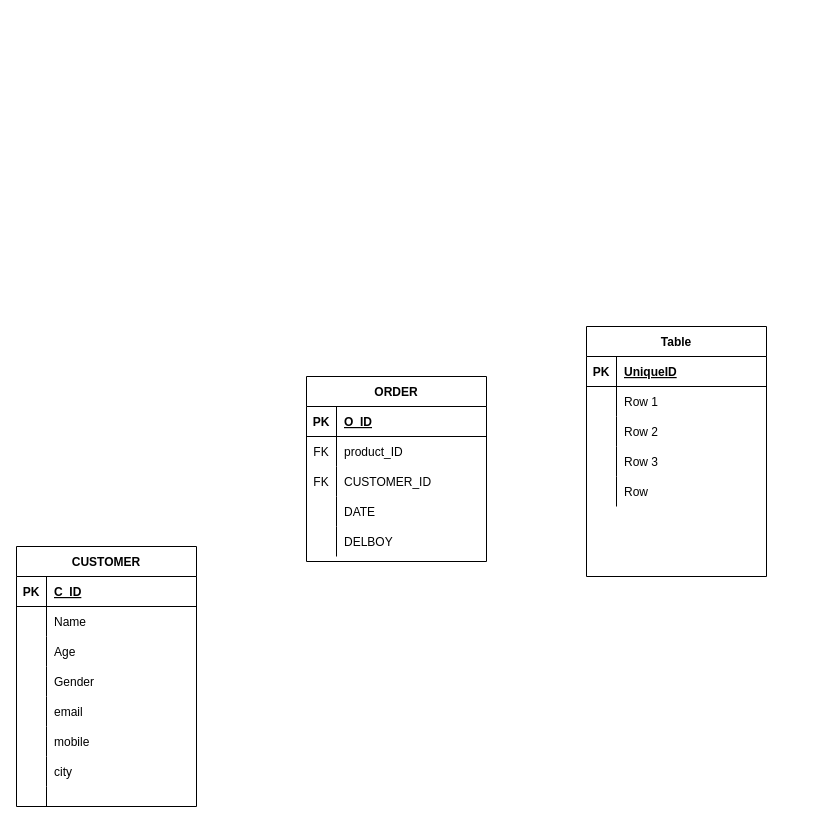
The draw.io diagram Untitled Diagram.drawio in maasir554/maasir554, before the edit. Source tidied: cells renumbered, new cells numbered last; positions are measured from the earlier drawing's top-left corner, leaving out a move shared by most shapes. Both pictures are drawn from the tidied source at 100%, with x=0, y=0 at pixel (16, 326).
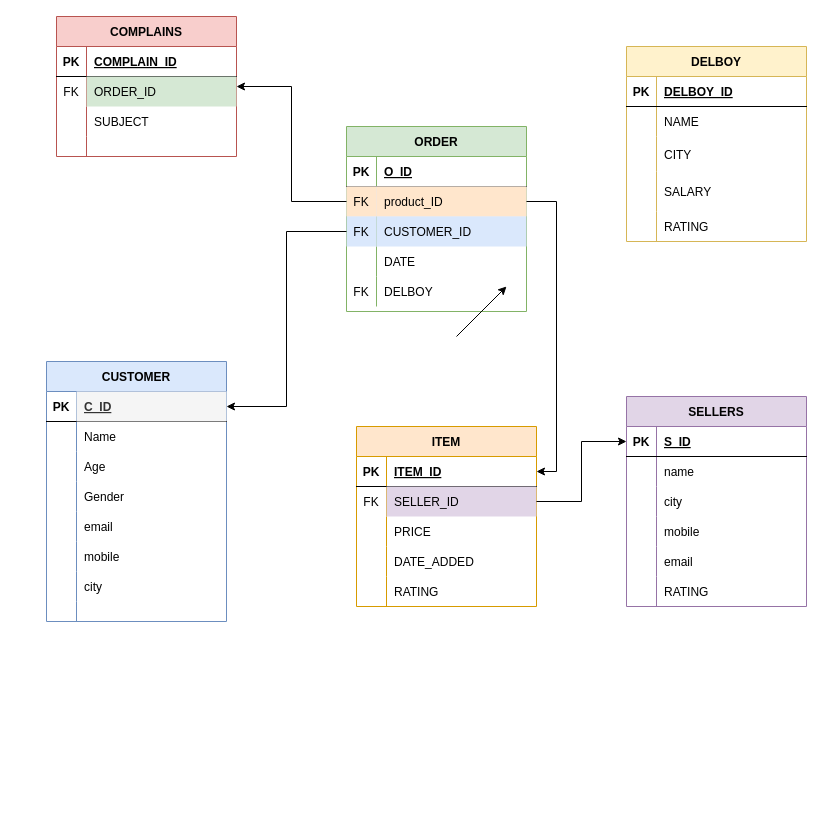
The same diagram, later.

Unchanged cells that the change refers to:
```xml
<mxCell id="3" style="shape=tableRow;horizontal=0;startSize=0;swimlaneHead=0;swimlaneBody=0;fillColor=none;points=[[0,0.5],[1,0.5]];portConstraint=eastwest;top=0;left=0;right=0;bottom=1;" parent="2" vertex="1">
  <mxGeometry y="30" width="180" height="30" as="geometry" />
</mxCell>
<mxCell id="34" style="shape=tableRow;horizontal=0;startSize=0;swimlaneHead=0;swimlaneBody=0;fillColor=none;points=[[0,0.5],[1,0.5]];portConstraint=eastwest;top=0;left=0;right=0;bottom=0;" parent="27" vertex="1">
  <mxGeometry y="90" width="180" height="30" as="geometry" />
</mxCell>
<mxCell id="40" style="shape=tableRow;horizontal=0;startSize=0;swimlaneHead=0;swimlaneBody=0;fillColor=none;top=0;left=0;right=0;bottom=0;" parent="27" vertex="1">
  <mxGeometry y="150" width="180" height="30" as="geometry" />
</mxCell>
<mxCell id="44" style="shape=tableRow;horizontal=0;startSize=0;swimlaneHead=0;swimlaneBody=0;fillColor=none;points=[[0,0.5],[1,0.5]];portConstraint=eastwest;top=0;left=0;right=0;bottom=1;" parent="43" vertex="1">
  <mxGeometry y="30" width="180" height="30" as="geometry" />
</mxCell>
<mxCell id="47" style="shape=tableRow;horizontal=0;startSize=0;swimlaneHead=0;swimlaneBody=0;fillColor=none;top=0;left=0;right=0;bottom=0;" parent="43" vertex="1">
  <mxGeometry y="60" width="180" height="30" as="geometry" />
</mxCell>
<mxCell id="50" style="shape=tableRow;horizontal=0;startSize=0;swimlaneHead=0;swimlaneBody=0;fillColor=none;top=0;left=0;right=0;bottom=0;" parent="43" vertex="1">
  <mxGeometry y="90" width="180" height="30" as="geometry" />
</mxCell>
<mxCell id="53" style="shape=tableRow;horizontal=0;startSize=0;swimlaneHead=0;swimlaneBody=0;fillColor=none;top=0;left=0;right=0;bottom=0;" parent="43" vertex="1">
  <mxGeometry y="120" width="180" height="30" as="geometry" />
</mxCell>
<mxCell id="56" style="shape=tableRow;horizontal=0;startSize=0;swimlaneHead=0;swimlaneBody=0;fillColor=none;top=0;left=0;right=0;bottom=0;" parent="43" vertex="1">
  <mxGeometry y="150" width="180" height="30" as="geometry" />
</mxCell>
```

What changed in the source:
```diff
@@
-    <mxCell id="2" value="CUSTOMER" style="shape=table;startSize=30;childLayout=tableLayout;rowLines=0;fontStyle=1;align=center;" parent="1" vertex="1">
-      <mxGeometry y="220" width="180" height="260" as="geometry" />
+    <mxCell id="2" value="CUSTOMER" style="shape=table;startSize=30;childLayout=tableLayout;rowLines=0;fontStyle=1;align=center;fillColor=#dae8fc;strokeColor=#6c8ebf;" parent="1" vertex="1">
+      <mxGeometry x="30" y="35" width="180" height="260" as="geometry" />
     </mxCell>
@@
-    <mxCell id="5" value="C_ID" style="shape=partialRectangle;fillColor=none;top=0;left=0;bottom=0;right=0;align=left;spacingLeft=6;fontStyle=5;overflow=hidden;" parent="3" vertex="1">
+    <mxCell id="5" value="C_ID" style="shape=partialRectangle;fillColor=#f5f5f5;top=0;left=0;bottom=0;right=0;align=left;spacingLeft=6;fontStyle=5;overflow=hidden;strokeColor=#666666;fontColor=#333333;" parent="3" vertex="1">
       <mxGeometry x="30" width="150" height="30" as="geometry" />
     </mxCell>
@@
-    <mxCell id="27" value="ORDER" style="shape=table;startSize=30;childLayout=tableLayout;rowLines=0;fontStyle=1;align=center;" parent="1" vertex="1">
-      <mxGeometry x="290" y="50" width="180" height="185" as="geometry" />
+    <mxCell id="27" value="ORDER" style="shape=table;startSize=30;childLayout=tableLayout;rowLines=0;fontStyle=1;align=center;fillColor=#d5e8d4;strokeColor=#82b366;" parent="1" vertex="1">
+      <mxGeometry x="330" y="-200" width="180" height="185" as="geometry" />
     </mxCell>
@@
-    <mxCell id="31" style="shape=tableRow;horizontal=0;startSize=0;swimlaneHead=0;swimlaneBody=0;fillColor=none;points=[[0,0.5],[1,0.5]];portConstraint=eastwest;top=0;left=0;right=0;bottom=0;" parent="27" vertex="1">
+    <mxCell id="31" style="shape=tableRow;horizontal=0;startSize=0;swimlaneHead=0;swimlaneBody=0;fillColor=#dae8fc;points=[[0,0.5],[1,0.5]];portConstraint=eastwest;top=0;left=0;right=0;bottom=0;strokeColor=#6c8ebf;" parent="27" vertex="1">
       <mxGeometry y="60" width="180" height="30" as="geometry" />
     </mxCell>
-    <mxCell id="32" value="FK" style="shape=partialRectangle;fillColor=none;top=0;left=0;bottom=0;right=0;overflow=hidden;" parent="31" vertex="1">
+    <mxCell id="32" value="FK" style="shape=partialRectangle;fillColor=#ffe6cc;top=0;left=0;bottom=0;right=0;overflow=hidden;strokeColor=#d79b00;" parent="31" vertex="1">
       <mxGeometry width="30" height="30" as="geometry" />
     </mxCell>
-    <mxCell id="33" value="product_ID" style="shape=partialRectangle;fillColor=none;top=0;left=0;bottom=0;right=0;align=left;spacingLeft=6;overflow=hidden;" parent="31" vertex="1">
+    <mxCell id="33" value="product_ID" style="shape=partialRectangle;fillColor=#ffe6cc;top=0;left=0;bottom=0;right=0;align=left;spacingLeft=6;overflow=hidden;strokeColor=#d79b00;" parent="31" vertex="1">
       <mxGeometry x="30" width="150" height="30" as="geometry" />
     </mxCell>
@@
-    <mxCell id="35" value="FK" style="shape=partialRectangle;fillColor=none;top=0;left=0;bottom=0;right=0;overflow=hidden;" parent="34" vertex="1">
+    <mxCell id="35" value="FK" style="shape=partialRectangle;fillColor=#dae8fc;top=0;left=0;bottom=0;right=0;overflow=hidden;strokeColor=#6c8ebf;" parent="34" vertex="1">
       <mxGeometry width="30" height="30" as="geometry" />
     </mxCell>
-    <mxCell id="36" value="CUSTOMER_ID" style="shape=partialRectangle;fillColor=none;top=0;left=0;bottom=0;right=0;align=left;spacingLeft=6;overflow=hidden;" parent="34" vertex="1">
+    <mxCell id="36" value="CUSTOMER_ID" style="shape=partialRectangle;fillColor=#dae8fc;top=0;left=0;bottom=0;right=0;align=left;spacingLeft=6;overflow=hidden;strokeColor=#6c8ebf;" parent="34" vertex="1">
       <mxGeometry x="30" width="150" height="30" as="geometry" />
     </mxCell>
@@
-    <mxCell id="41" style="shape=partialRectangle;fillColor=none;top=0;left=0;bottom=0;right=0;overflow=hidden;" parent="40" vertex="1">
+    <mxCell id="41" value="FK" style="shape=partialRectangle;fillColor=none;top=0;left=0;bottom=0;right=0;overflow=hidden;" parent="40" vertex="1">
       <mxGeometry width="30" height="30" as="geometry" />
     </mxCell>
@@
-    <mxCell id="43" value="Table" style="shape=table;startSize=30;childLayout=tableLayout;rowLines=0;fontStyle=1;align=center;" parent="1" vertex="1">
-      <mxGeometry x="570" width="180" height="250" as="geometry" />
+    <mxCell id="43" value="SELLERS" style="shape=table;startSize=30;childLayout=tableLayout;rowLines=0;fontStyle=1;align=center;fillColor=#e1d5e7;strokeColor=#9673a6;" parent="1" vertex="1">
+      <mxGeometry x="610" y="70" width="180" height="210" as="geometry" />
     </mxCell>
@@
-    <mxCell id="46" value="UniqueID" style="shape=partialRectangle;fillColor=none;top=0;left=0;bottom=0;right=0;align=left;spacingLeft=6;fontStyle=5;overflow=hidden;" parent="44" vertex="1">
+    <mxCell id="46" value="S_ID" style="shape=partialRectangle;fillColor=none;top=0;left=0;bottom=0;right=0;align=left;spacingLeft=6;fontStyle=5;overflow=hidden;" parent="44" vertex="1">
       <mxGeometry x="30" width="150" height="30" as="geometry" />
     </mxCell>
@@
-    <mxCell id="49" value="Row 1" style="shape=partialRectangle;fillColor=none;top=0;left=0;bottom=0;right=0;align=left;spacingLeft=6;overflow=hidden;" parent="47" vertex="1">
+    <mxCell id="49" value="name" style="shape=partialRectangle;fillColor=none;top=0;left=0;bottom=0;right=0;align=left;spacingLeft=6;overflow=hidden;" parent="47" vertex="1">
       <mxGeometry x="30" width="150" height="30" as="geometry" />
     </mxCell>
@@
-    <mxCell id="52" value="Row 2" style="shape=partialRectangle;fillColor=none;top=0;left=0;bottom=0;right=0;align=left;spacingLeft=6;overflow=hidden;" parent="50" vertex="1">
+    <mxCell id="52" value="city" style="shape=partialRectangle;fillColor=none;top=0;left=0;bottom=0;right=0;align=left;spacingLeft=6;overflow=hidden;" parent="50" vertex="1">
       <mxGeometry x="30" width="150" height="30" as="geometry" />
     </mxCell>
@@
-    <mxCell id="55" value="Row 3" style="shape=partialRectangle;fillColor=none;top=0;left=0;bottom=0;right=0;align=left;spacingLeft=6;overflow=hidden;" parent="53" vertex="1">
+    <mxCell id="55" value="mobile" style="shape=partialRectangle;fillColor=none;top=0;left=0;bottom=0;right=0;align=left;spacingLeft=6;overflow=hidden;" parent="53" vertex="1">
       <mxGeometry x="30" width="150" height="30" as="geometry" />
     </mxCell>
@@
-    <mxCell id="58" value="Row" style="shape=partialRectangle;fillColor=none;top=0;left=0;bottom=0;right=0;align=left;spacingLeft=6;overflow=hidden;" parent="56" vertex="1">
+    <mxCell id="58" value="email" style="shape=partialRectangle;fillColor=none;top=0;left=0;bottom=0;right=0;align=left;spacingLeft=6;overflow=hidden;" parent="56" vertex="1">
       <mxGeometry x="30" width="150" height="30" as="geometry" />
     </mxCell>
+    <mxCell id="59" style="shape=tableRow;horizontal=0;startSize=0;swimlaneHead=0;swimlaneBody=0;fillColor=none;top=0;left=0;right=0;bottom=0;" parent="43" vertex="1">
+      <mxGeometry y="180" width="180" height="30" as="geometry" />
+    </mxCell>
+    <mxCell id="60" style="shape=partialRectangle;fillColor=none;top=0;left=0;bottom=0;right=0;overflow=hidden;" parent="59" vertex="1">
+      <mxGeometry width="30" height="30" as="geometry" />
+    </mxCell>
+    <mxCell id="61" value="RATING" style="shape=partialRectangle;fillColor=none;top=0;left=0;bottom=0;right=0;align=left;spacingLeft=6;overflow=hidden;" parent="59" vertex="1">
+      <mxGeometry x="30" width="150" height="30" as="geometry" />
+    </mxCell>
+    <mxCell id="62" value="ITEM" style="shape=table;startSize=30;childLayout=tableLayout;rowLines=0;fontStyle=1;align=center;fillColor=#ffe6cc;strokeColor=#d79b00;" parent="1" vertex="1">
+      <mxGeometry x="340" y="100" width="180" height="180" as="geometry" />
+    </mxCell>
+    <mxCell id="63" style="shape=tableRow;horizontal=0;startSize=0;swimlaneHead=0;swimlaneBody=0;fillColor=none;points=[[0,0.5],[1,0.5]];portConstraint=eastwest;top=0;left=0;right=0;bottom=1;" parent="62" vertex="1">
+      <mxGeometry y="30" width="180" height="30" as="geometry" />
+    </mxCell>
+    <mxCell id="64" value="PK" style="shape=partialRectangle;fillColor=none;top=0;left=0;bottom=0;right=0;fontStyle=1;overflow=hidden;" parent="63" vertex="1">
+      <mxGeometry width="30" height="30" as="geometry" />
+    </mxCell>
+    <mxCell id="65" value="ITEM_ID" style="shape=partialRectangle;fillColor=none;top=0;left=0;bottom=0;right=0;align=left;spacingLeft=6;fontStyle=5;overflow=hidden;" parent="63" vertex="1">
+      <mxGeometry x="30" width="150" height="30" as="geometry" />
+    </mxCell>
+    <mxCell id="66" style="shape=tableRow;horizontal=0;startSize=0;swimlaneHead=0;swimlaneBody=0;fillColor=none;points=[[0,0.5],[1,0.5]];portConstraint=eastwest;top=0;left=0;right=0;bottom=0;" parent="62" vertex="1">
+      <mxGeometry y="60" width="180" height="30" as="geometry" />
+    </mxCell>
+    <mxCell id="67" value="FK" style="shape=partialRectangle;fillColor=none;top=0;left=0;bottom=0;right=0;overflow=hidden;" parent="66" vertex="1">
+      <mxGeometry width="30" height="30" as="geometry" />
+    </mxCell>
+    <mxCell id="68" value="SELLER_ID" style="shape=partialRectangle;fillColor=#e1d5e7;top=0;left=0;bottom=0;right=0;align=left;spacingLeft=6;overflow=hidden;strokeColor=#9673a6;" parent="66" vertex="1">
+      <mxGeometry x="30" width="150" height="30" as="geometry" />
+    </mxCell>
+    <mxCell id="69" style="shape=tableRow;horizontal=0;startSize=0;swimlaneHead=0;swimlaneBody=0;fillColor=none;top=0;left=0;right=0;bottom=0;" parent="62" vertex="1">
+      <mxGeometry y="90" width="180" height="30" as="geometry" />
+    </mxCell>
+    <mxCell id="70" style="shape=partialRectangle;fillColor=none;top=0;left=0;bottom=0;right=0;overflow=hidden;" parent="69" vertex="1">
+      <mxGeometry width="30" height="30" as="geometry" />
+    </mxCell>
+    <mxCell id="71" value="PRICE" style="shape=partialRectangle;fillColor=none;top=0;left=0;bottom=0;right=0;align=left;spacingLeft=6;overflow=hidden;" parent="69" vertex="1">
+      <mxGeometry x="30" width="150" height="30" as="geometry" />
+    </mxCell>
+    <mxCell id="72" style="shape=tableRow;horizontal=0;startSize=0;swimlaneHead=0;swimlaneBody=0;fillColor=none;top=0;left=0;right=0;bottom=0;" parent="62" vertex="1">
+      <mxGeometry y="120" width="180" height="30" as="geometry" />
+    </mxCell>
+    <mxCell id="73" style="shape=partialRectangle;fillColor=none;top=0;left=0;bottom=0;right=0;overflow=hidden;" parent="72" vertex="1">
+      <mxGeometry width="30" height="30" as="geometry" />
+    </mxCell>
+    <mxCell id="74" value="DATE_ADDED" style="shape=partialRectangle;fillColor=none;top=0;left=0;bottom=0;right=0;align=left;spacingLeft=6;overflow=hidden;" parent="72" vertex="1">
+      <mxGeometry x="30" width="150" height="30" as="geometry" />
+    </mxCell>
+    <mxCell id="75" style="shape=tableRow;horizontal=0;startSize=0;swimlaneHead=0;swimlaneBody=0;fillColor=none;top=0;left=0;right=0;bottom=0;" parent="62" vertex="1">
+      <mxGeometry y="150" width="180" height="30" as="geometry" />
+    </mxCell>
+    <mxCell id="76" style="shape=partialRectangle;fillColor=none;top=0;left=0;bottom=0;right=0;overflow=hidden;" parent="75" vertex="1">
+      <mxGeometry width="30" height="30" as="geometry" />
+    </mxCell>
+    <mxCell id="77" value="RATING" style="shape=partialRectangle;fillColor=none;top=0;left=0;bottom=0;right=0;align=left;spacingLeft=6;overflow=hidden;" parent="75" vertex="1">
+      <mxGeometry x="30" width="150" height="30" as="geometry" />
+    </mxCell>
+    <mxCell id="78" style="edgeStyle=orthogonalEdgeStyle;rounded=0;orthogonalLoop=1;jettySize=auto;html=1;exitX=1;exitY=0.5;exitDx=0;exitDy=0;" parent="62" edge="1" source="63" target="63">
+      <mxGeometry relative="1" as="geometry" />
+    </mxCell>
+    <mxCell id="79" style="edgeStyle=orthogonalEdgeStyle;rounded=0;orthogonalLoop=1;jettySize=auto;html=1;exitX=1;exitY=0.5;exitDx=0;exitDy=0;" parent="62" edge="1" source="63" target="63">
+      <mxGeometry relative="1" as="geometry" />
+    </mxCell>
+    <mxCell id="80" value="DELBOY" style="shape=table;startSize=30;childLayout=tableLayout;rowLines=0;fontStyle=1;align=center;fillColor=#fff2cc;strokeColor=#d6b656;" parent="1" vertex="1">
+      <mxGeometry x="610" y="-280" width="180" height="195" as="geometry" />
+    </mxCell>
+    <mxCell id="81" style="shape=tableRow;horizontal=0;startSize=0;swimlaneHead=0;swimlaneBody=0;fillColor=none;top=0;left=0;right=0;bottom=1;" parent="80" vertex="1">
+      <mxGeometry y="30" width="180" height="30" as="geometry" />
+    </mxCell>
+    <mxCell id="82" value="PK" style="shape=partialRectangle;fillColor=none;top=0;left=0;bottom=0;right=0;fontStyle=1;overflow=hidden;" parent="81" vertex="1">
+      <mxGeometry width="30" height="30" as="geometry" />
+    </mxCell>
+    <mxCell id="83" value="DELBOY_ID" style="shape=partialRectangle;fillColor=none;top=0;left=0;bottom=0;right=0;align=left;spacingLeft=6;fontStyle=5;overflow=hidden;" parent="81" vertex="1">
+      <mxGeometry x="30" width="150" height="30" as="geometry" />
+    </mxCell>
+    <mxCell id="84" style="shape=tableRow;horizontal=0;startSize=0;swimlaneHead=0;swimlaneBody=0;fillColor=none;top=0;left=0;right=0;bottom=0;" parent="80" vertex="1">
+      <mxGeometry y="60" width="180" height="30" as="geometry" />
+    </mxCell>
+    <mxCell id="85" style="shape=partialRectangle;fillColor=none;top=0;left=0;bottom=0;right=0;overflow=hidden;" parent="84" vertex="1">
+      <mxGeometry width="30" height="30" as="geometry" />
+    </mxCell>
+    <mxCell id="86" value="NAME" style="shape=partialRectangle;fillColor=none;top=0;left=0;bottom=0;right=0;align=left;spacingLeft=6;overflow=hidden;" parent="84" vertex="1">
+      <mxGeometry x="30" width="150" height="30" as="geometry" />
+    </mxCell>
+    <mxCell id="87" style="shape=tableRow;horizontal=0;startSize=0;swimlaneHead=0;swimlaneBody=0;fillColor=none;top=0;left=0;right=0;bottom=0;" parent="80" vertex="1">
+      <mxGeometry y="90" width="180" height="35" as="geometry" />
+    </mxCell>
+    <mxCell id="88" style="shape=partialRectangle;fillColor=none;top=0;left=0;bottom=0;right=0;overflow=hidden;" parent="87" vertex="1">
+      <mxGeometry width="30" height="35" as="geometry" />
+    </mxCell>
+    <mxCell id="89" value="CITY" style="shape=partialRectangle;fillColor=none;top=0;left=0;bottom=0;right=0;align=left;spacingLeft=6;overflow=hidden;" parent="87" vertex="1">
+      <mxGeometry x="30" width="150" height="35" as="geometry" />
+    </mxCell>
+    <mxCell id="90" style="shape=tableRow;horizontal=0;startSize=0;swimlaneHead=0;swimlaneBody=0;fillColor=none;top=0;left=0;right=0;bottom=0;" parent="80" vertex="1">
+      <mxGeometry y="125" width="180" height="40" as="geometry" />
+    </mxCell>
+    <mxCell id="91" style="shape=partialRectangle;fillColor=none;top=0;left=0;bottom=0;right=0;overflow=hidden;" parent="90" vertex="1">
+      <mxGeometry width="30" height="40" as="geometry" />
+    </mxCell>
+    <mxCell id="92" value="SALARY" style="shape=partialRectangle;fillColor=none;top=0;left=0;bottom=0;right=0;align=left;spacingLeft=6;overflow=hidden;" parent="90" vertex="1">
+      <mxGeometry x="30" width="150" height="40" as="geometry" />
+    </mxCell>
+    <mxCell id="93" style="shape=tableRow;horizontal=0;startSize=0;swimlaneHead=0;swimlaneBody=0;fillColor=none;top=0;left=0;right=0;bottom=0;" parent="80" vertex="1">
+      <mxGeometry y="165" width="180" height="30" as="geometry" />
+    </mxCell>
+    <mxCell id="94" style="shape=partialRectangle;fillColor=none;top=0;left=0;bottom=0;right=0;overflow=hidden;" parent="93" vertex="1">
+      <mxGeometry width="30" height="30" as="geometry" />
+    </mxCell>
+    <mxCell id="95" value="RATING" style="shape=partialRectangle;fillColor=none;top=0;left=0;bottom=0;right=0;align=left;spacingLeft=6;overflow=hidden;" parent="93" vertex="1">
+      <mxGeometry x="30" width="150" height="30" as="geometry" />
+    </mxCell>
+    <mxCell id="96" value="COMPLAINS" style="shape=table;startSize=30;childLayout=tableLayout;rowLines=0;fontStyle=1;align=center;fillColor=#f8cecc;strokeColor=#b85450;" parent="1" vertex="1">
+      <mxGeometry x="40" y="-310" width="180" height="140" as="geometry" />
+    </mxCell>
+    <mxCell id="97" style="shape=tableRow;horizontal=0;startSize=0;swimlaneHead=0;swimlaneBody=0;fillColor=none;top=0;left=0;right=0;bottom=1;" parent="96" vertex="1">
+      <mxGeometry y="30" width="180" height="30" as="geometry" />
+    </mxCell>
+    <mxCell id="98" value="PK" style="shape=partialRectangle;fillColor=none;top=0;left=0;bottom=0;right=0;fontStyle=1;overflow=hidden;" parent="97" vertex="1">
+      <mxGeometry width="30" height="30" as="geometry" />
+    </mxCell>
+    <mxCell id="99" value="COMPLAIN_ID" style="shape=partialRectangle;fillColor=none;top=0;left=0;bottom=0;right=0;align=left;spacingLeft=6;fontStyle=5;overflow=hidden;" parent="97" vertex="1">
+      <mxGeometry x="30" width="150" height="30" as="geometry" />
+    </mxCell>
+    <mxCell id="100" style="shape=tableRow;horizontal=0;startSize=0;swimlaneHead=0;swimlaneBody=0;fillColor=none;top=0;left=0;right=0;bottom=0;" parent="96" vertex="1">
+      <mxGeometry y="60" width="180" height="30" as="geometry" />
+    </mxCell>
+    <mxCell id="101" value="FK" style="shape=partialRectangle;fillColor=none;top=0;left=0;bottom=0;right=0;overflow=hidden;" parent="100" vertex="1">
+      <mxGeometry width="30" height="30" as="geometry" />
+    </mxCell>
+    <mxCell id="102" value="ORDER_ID" style="shape=partialRectangle;fillColor=#d5e8d4;top=0;left=0;bottom=0;right=0;align=left;spacingLeft=6;overflow=hidden;strokeColor=#82b366;" parent="100" vertex="1">
+      <mxGeometry x="30" width="150" height="30" as="geometry" />
+    </mxCell>
+    <mxCell id="103" style="shape=tableRow;horizontal=0;startSize=0;swimlaneHead=0;swimlaneBody=0;fillColor=none;top=0;left=0;right=0;bottom=0;" parent="96" vertex="1">
+      <mxGeometry y="90" width="180" height="30" as="geometry" />
+    </mxCell>
+    <mxCell id="104" style="shape=partialRectangle;fillColor=none;top=0;left=0;bottom=0;right=0;overflow=hidden;" parent="103" vertex="1">
+      <mxGeometry width="30" height="30" as="geometry" />
+    </mxCell>
+    <mxCell id="105" value="SUBJECT" style="shape=partialRectangle;fillColor=none;top=0;left=0;bottom=0;right=0;align=left;spacingLeft=6;overflow=hidden;" parent="103" vertex="1">
+      <mxGeometry x="30" width="150" height="30" as="geometry" />
+    </mxCell>
+    <mxCell id="106" style="shape=tableRow;horizontal=0;startSize=0;swimlaneHead=0;swimlaneBody=0;fillColor=none;top=0;left=0;right=0;bottom=0;" parent="96" vertex="1">
+      <mxGeometry y="120" width="180" height="20" as="geometry" />
+    </mxCell>
+    <mxCell id="107" style="shape=partialRectangle;fillColor=none;top=0;left=0;bottom=0;right=0;overflow=hidden;" parent="106" vertex="1">
+      <mxGeometry width="30" height="20" as="geometry" />
+    </mxCell>
+    <mxCell id="108" style="shape=partialRectangle;fillColor=none;top=0;left=0;bottom=0;right=0;align=left;spacingLeft=6;overflow=hidden;" parent="106" vertex="1">
+      <mxGeometry x="30" width="150" height="20" as="geometry" />
+    </mxCell>
+    <mxCell id="109" style="endArrow=classic;html=1;rounded=0;" parent="1" edge="1">
+      <mxGeometry relative="1" as="geometry">
+        <mxPoint x="440" y="10" as="sourcePoint" />
+        <mxPoint x="490" y="-40" as="targetPoint" />
+      </mxGeometry>
+    </mxCell>
+    <mxCell id="110" style="edgeStyle=orthogonalEdgeStyle;rounded=0;jettySize=auto;html=1;exitX=1;exitY=0.5;exitDx=0;exitDy=0;entryX=1;entryY=0.5;entryDx=0;entryDy=0;" parent="1" edge="1" source="31" target="63">
+      <mxGeometry relative="1" as="geometry" />
+    </mxCell>
+    <mxCell id="111" style="edgeStyle=orthogonalEdgeStyle;rounded=0;jettySize=auto;html=1;entryX=0;entryY=0.5;entryDx=0;entryDy=0;" parent="1" edge="1" source="66" target="44">
+      <mxGeometry relative="1" as="geometry" />
+    </mxCell>
+    <mxCell id="112" style="edgeStyle=orthogonalEdgeStyle;rounded=0;jettySize=auto;html=1;exitX=0;exitY=0.5;exitDx=0;exitDy=0;entryX=1;entryY=0.5;entryDx=0;entryDy=0;" parent="1" edge="1" source="34" target="3">
+      <mxGeometry relative="1" as="geometry" />
+    </mxCell>
+    <mxCell id="113" style="edgeStyle=orthogonalEdgeStyle;rounded=0;jettySize=auto;html=1;exitX=0;exitY=0.5;exitDx=0;exitDy=0;entryX=1;entryY=0.5;entryDx=0;entryDy=0;" parent="1" edge="1" source="31" target="96">
+      <mxGeometry relative="1" as="geometry" />
+    </mxCell>
```
